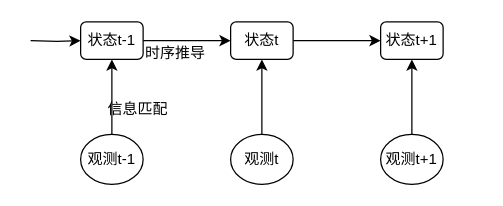
This is hmm道路级定位结构.drawio from xhzhuhit/Trajectory_Compression_Algorithms, a draw.io file, before an edit. Source tidied: cells renumbered, new cells numbered last; positions are measured from the earlier drawing's top-left corner, leaving out a move shared by most shapes. Both pictures are drawn from the tidied source at 125%, with x=0, y=0 at pixel (30, 21).
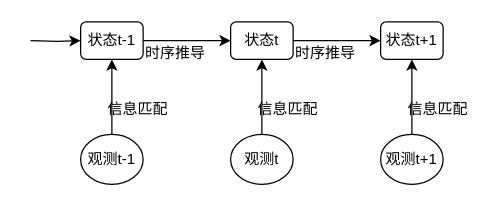
Above is the later version.

Commit message:
Update hmm道路级定位结构.drawio

What changed in the source:
```diff
@@
 <mxGraphModel>
   <root>
     <mxCell id="0" />
     <mxCell id="1" parent="0" />
     <mxCell id="2" style="edgeStyle=orthogonalEdgeStyle;rounded=0;jettySize=auto;html=1;entryX=0;entryY=0.5;entryDx=0;entryDy=0;" parent="1" edge="1" source="3" target="4">
       <mxGeometry relative="1" as="geometry" />
     </mxCell>
     <mxCell id="3" value="状态t" style="rounded=1;whiteSpace=wrap;html=1;" parent="1" vertex="1">
       <mxGeometry x="160" width="50" height="30" as="geometry" />
     </mxCell>
     <mxCell id="4" value="状态t+1" style="rounded=1;whiteSpace=wrap;html=1;" parent="1" vertex="1">
       <mxGeometry x="280" width="50" height="30" as="geometry" />
     </mxCell>
     <mxCell id="5" style="edgeStyle=orthogonalEdgeStyle;rounded=0;jettySize=auto;html=1;entryX=0;entryY=0.5;entryDx=0;entryDy=0;" parent="1" edge="1" source="6" target="3">
       <mxGeometry relative="1" as="geometry" />
     </mxCell>
     <mxCell id="6" value="状态t-1" style="rounded=1;whiteSpace=wrap;html=1;" parent="1" vertex="1">
       <mxGeometry x="40" width="50" height="30" as="geometry" />
     </mxCell>
     <mxCell id="7" style="edgeStyle=orthogonalEdgeStyle;rounded=0;jettySize=auto;html=1;exitX=0.5;exitY=0;exitDx=0;exitDy=0;" parent="1" edge="1" source="8" target="3">
       <mxGeometry relative="1" as="geometry" />
     </mxCell>
     <mxCell id="8" value="观测t" style="ellipse;whiteSpace=wrap;html=1;" parent="1" vertex="1">
       <mxGeometry x="160" y="90" width="50" height="40" as="geometry" />
     </mxCell>
     <mxCell id="9" style="edgeStyle=orthogonalEdgeStyle;rounded=0;jettySize=auto;html=1;exitX=0.5;exitY=0;exitDx=0;exitDy=0;entryX=0.5;entryY=1;entryDx=0;entryDy=0;" parent="1" edge="1" source="10" target="4">
       <mxGeometry relative="1" as="geometry" />
     </mxCell>
     <mxCell id="10" value="观测t+1" style="ellipse;whiteSpace=wrap;html=1;" parent="1" vertex="1">
       <mxGeometry x="280" y="90" width="50" height="40" as="geometry" />
     </mxCell>
     <mxCell id="11" style="edgeStyle=orthogonalEdgeStyle;rounded=0;jettySize=auto;html=1;exitX=0.5;exitY=0;exitDx=0;exitDy=0;entryX=0.5;entryY=1;entryDx=0;entryDy=0;" parent="1" edge="1" source="12" target="6">
       <mxGeometry relative="1" as="geometry" />
     </mxCell>
     <mxCell id="12" value="观测t-1" style="ellipse;whiteSpace=wrap;html=1;" parent="1" vertex="1">
       <mxGeometry x="40" y="90" width="50" height="40" as="geometry" />
     </mxCell>
     <mxCell id="13" style="edgeStyle=orthogonalEdgeStyle;rounded=0;jettySize=auto;html=1;entryX=0;entryY=0.5;entryDx=0;entryDy=0;" parent="1" edge="1" target="6">
       <mxGeometry relative="1" as="geometry">
         <mxPoint y="15" as="sourcePoint" />
       </mxGeometry>
     </mxCell>
     <mxCell id="14" value="时序推导" style="text;html=1;align=left;verticalAlign=top;spacingTop=-4;" parent="1" vertex="1">
       <mxGeometry x="90" y="15" width="60" height="20" as="geometry" />
     </mxCell>
     <mxCell id="15" value="信息匹配" style="text;html=1;align=left;verticalAlign=top;spacingTop=-4;" parent="1" vertex="1">
       <mxGeometry x="60" y="60" width="60" height="20" as="geometry" />
     </mxCell>
+    <mxCell id="16" value="时序推导" style="text;html=1;align=left;verticalAlign=top;spacingTop=-4;" parent="1" vertex="1">
+      <mxGeometry x="210" y="15" width="60" height="20" as="geometry" />
+    </mxCell>
+    <mxCell id="17" value="信息匹配" style="text;html=1;align=left;verticalAlign=top;spacingTop=-4;" parent="1" vertex="1">
+      <mxGeometry x="180" y="60" width="60" height="20" as="geometry" />
+    </mxCell>
+    <mxCell id="18" value="信息匹配" style="text;html=1;align=left;verticalAlign=top;spacingTop=-4;" parent="1" vertex="1">
+      <mxGeometry x="300" y="60" width="60" height="20" as="geometry" />
+    </mxCell>
   </root>
 </mxGraphModel>
```
